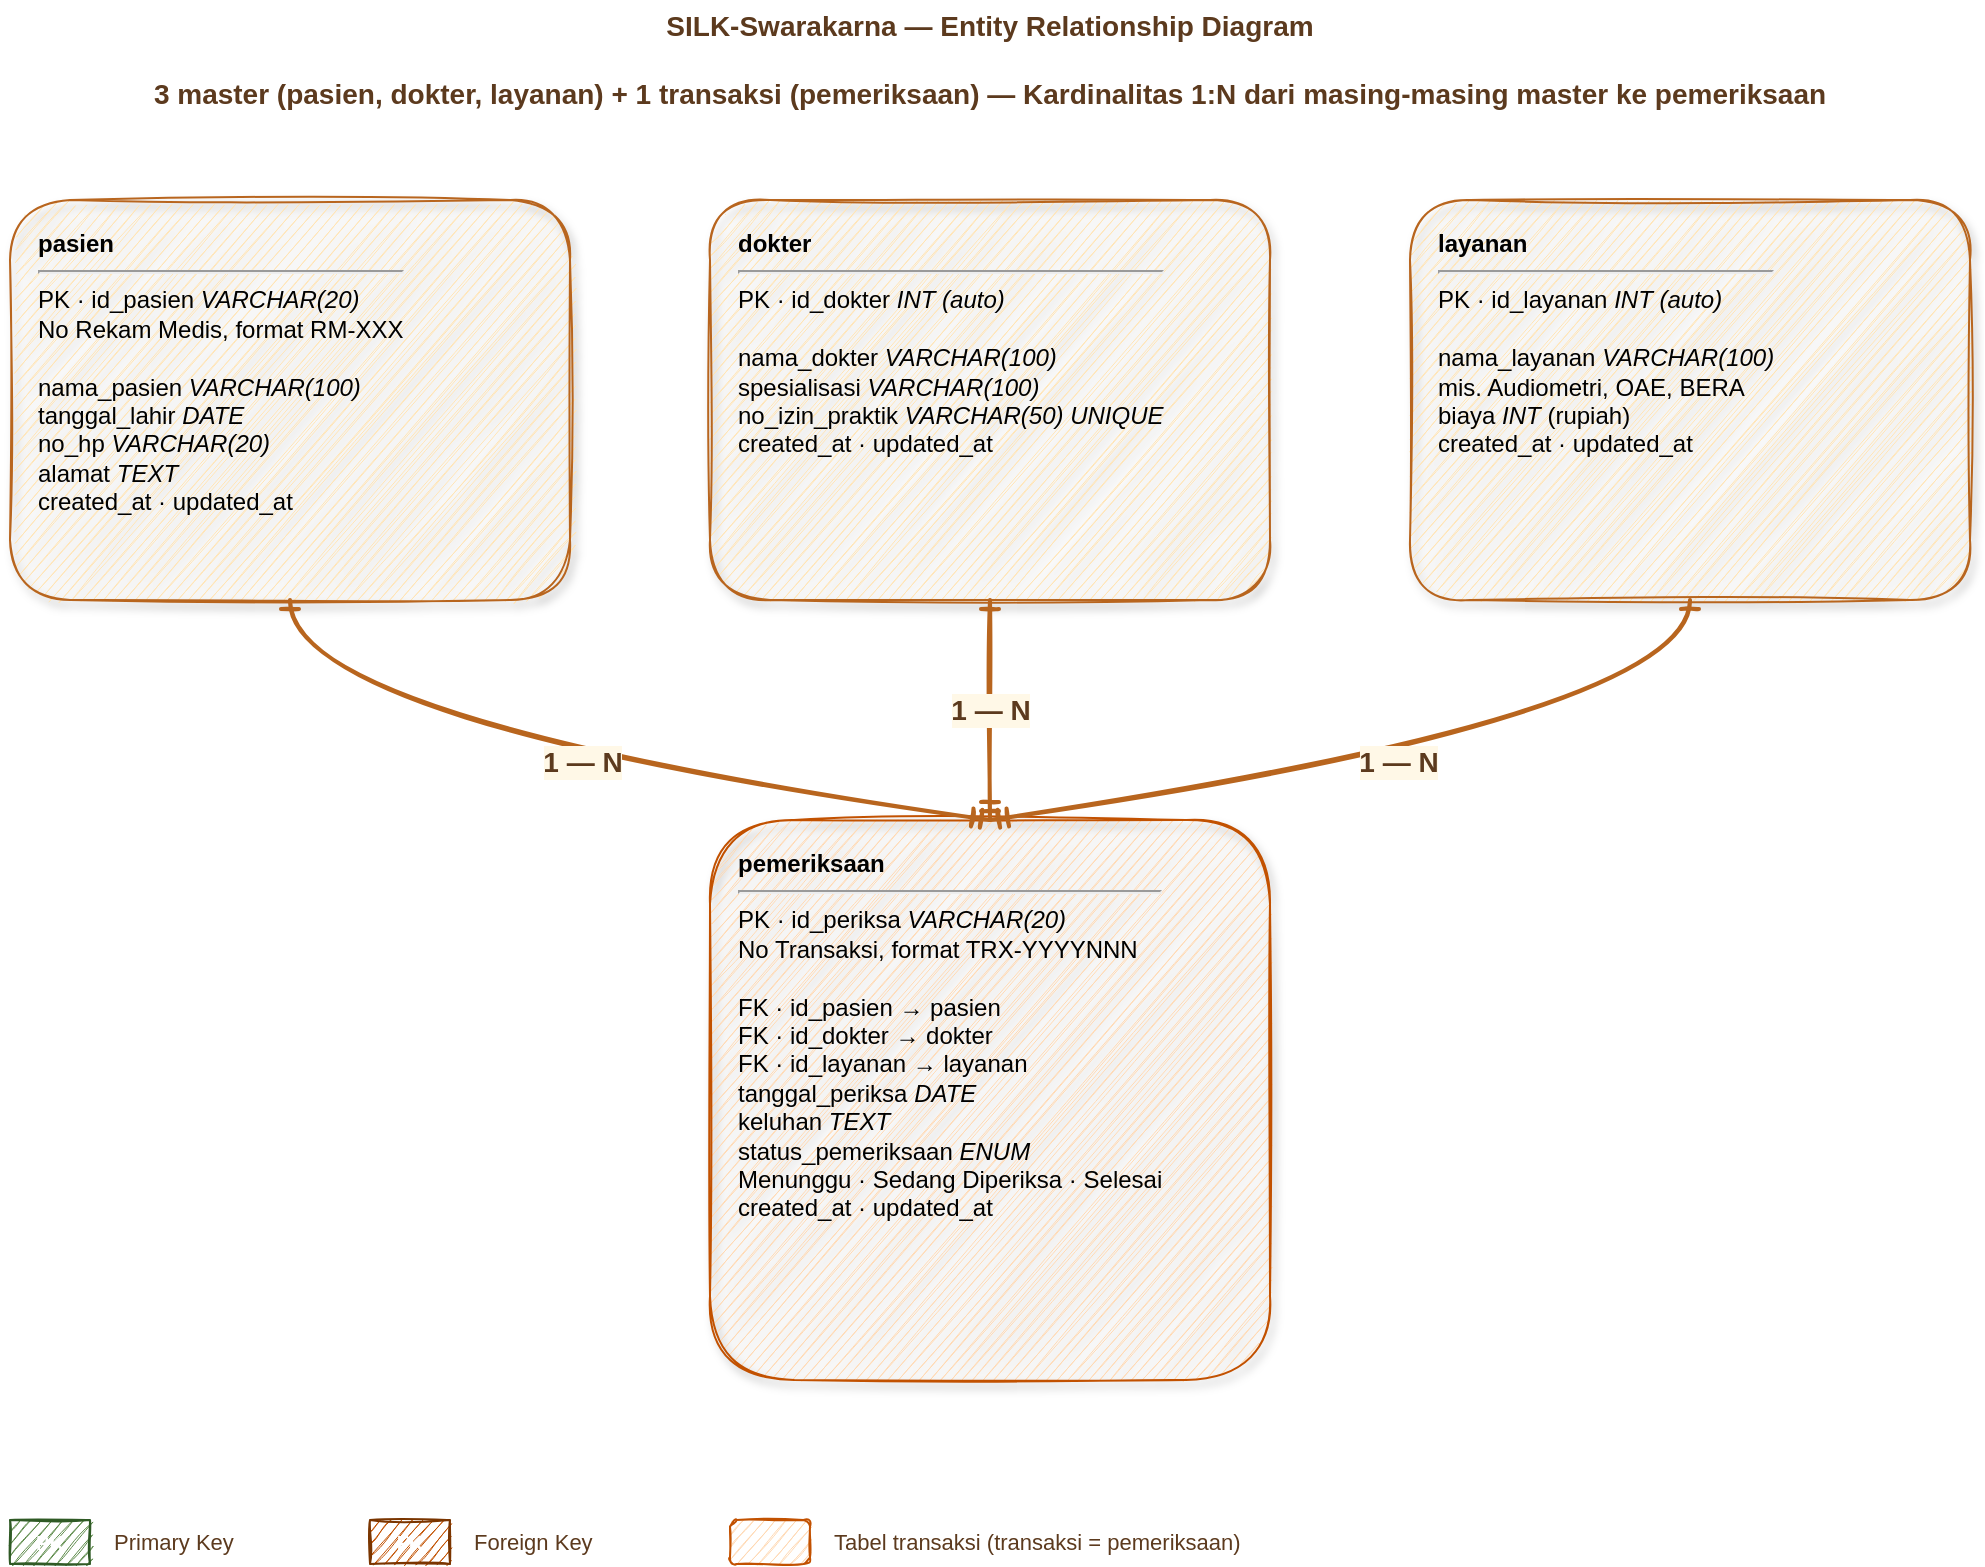
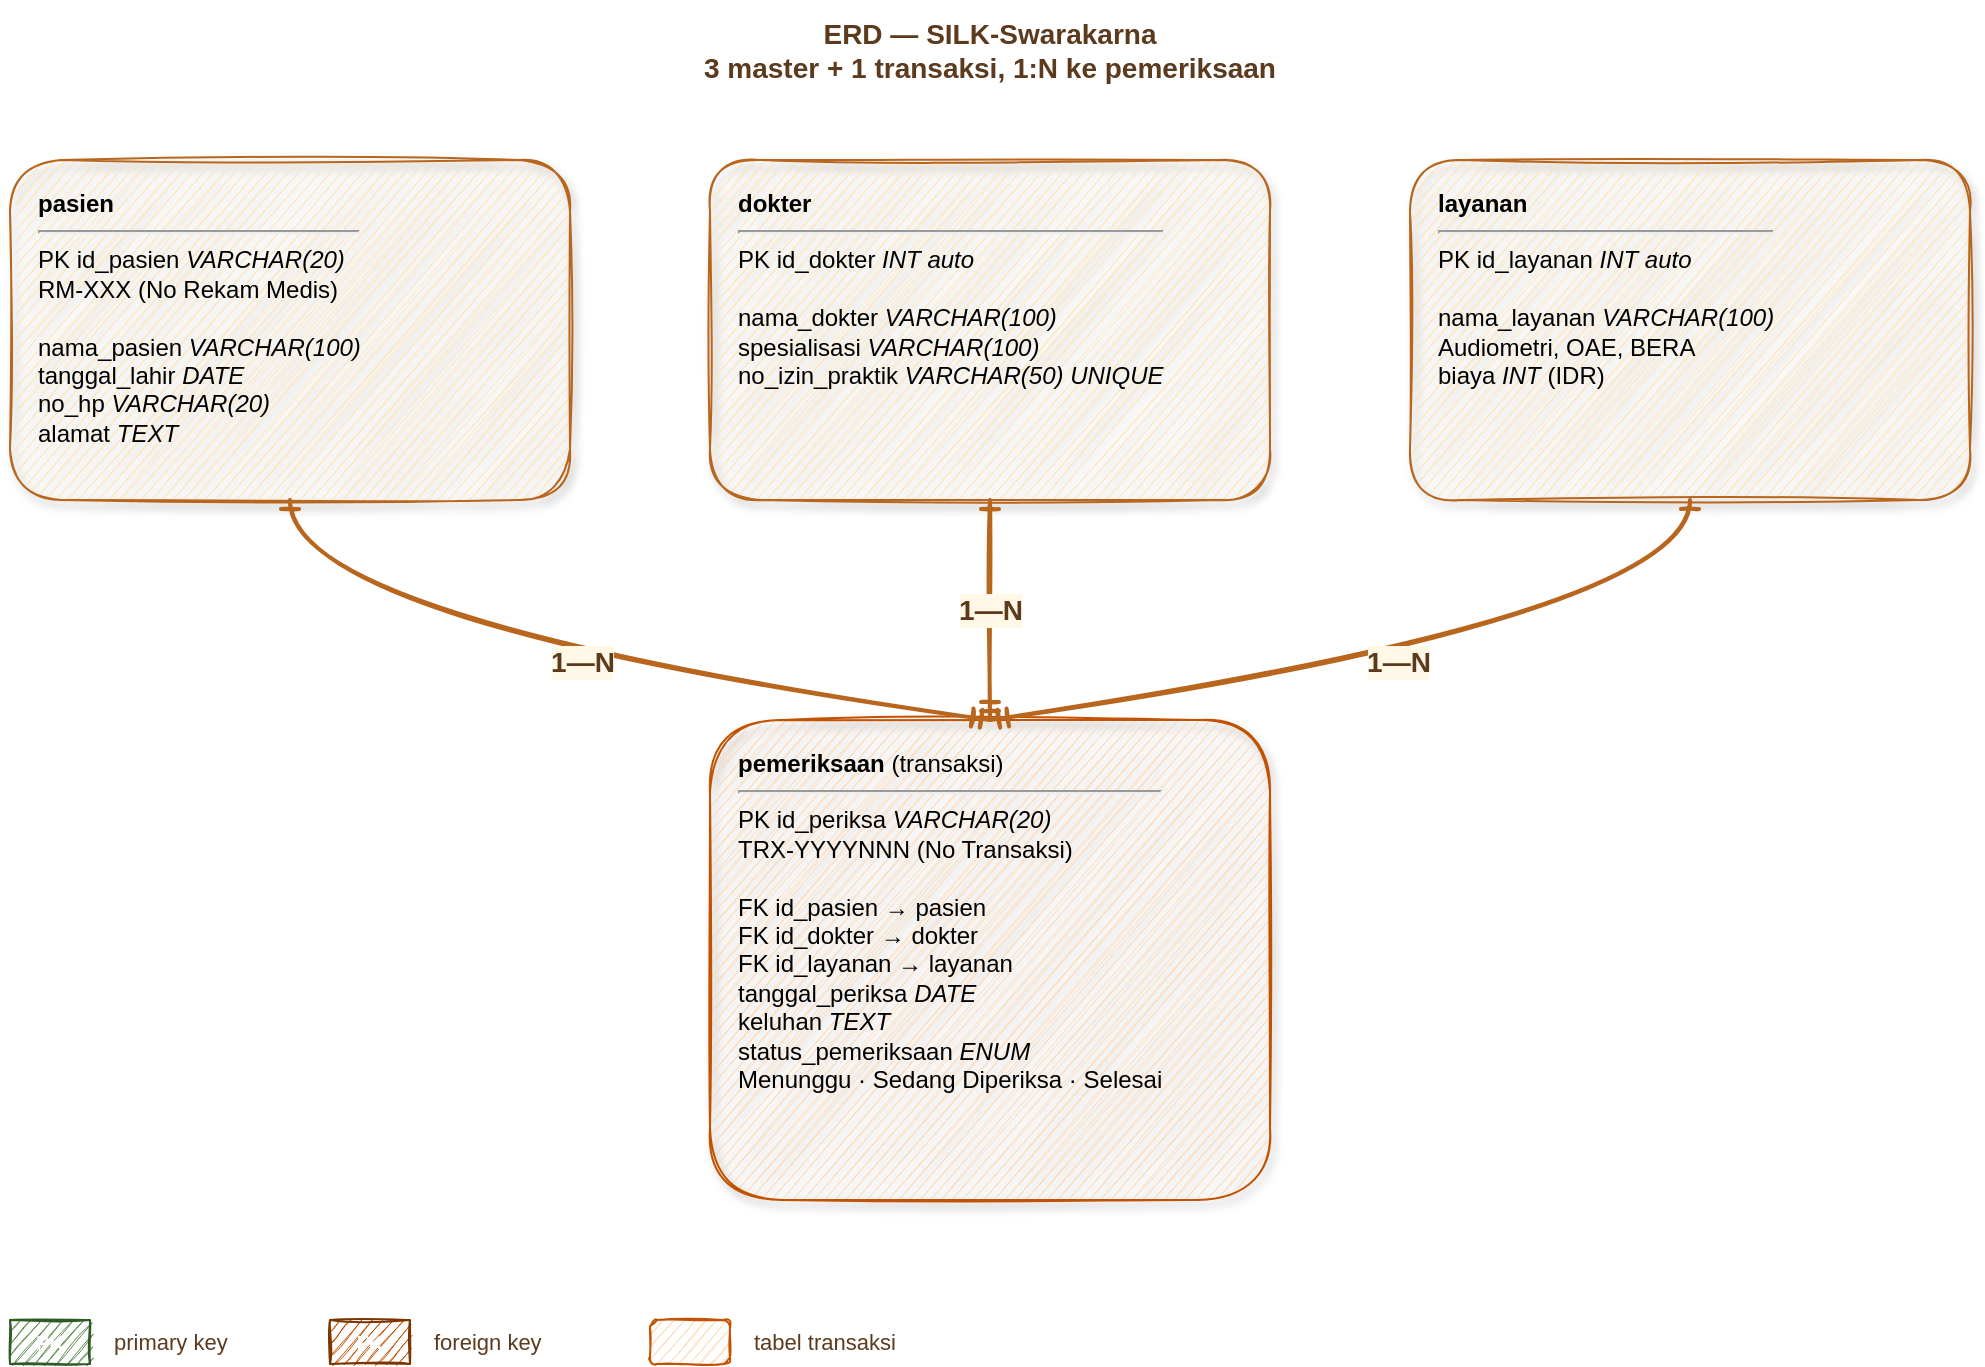
<?xml version="1.0" encoding="UTF-8"?>
<mxfile host="drawio" version="26.0.0">
  <diagram name="ERD" id="erd-silk-swarakarna">
-     <mxGraphModel dx="1200" dy="800" grid="1" gridSize="10" guides="1" tooltips="1" connect="1" arrows="1" fold="1" page="1" pageScale="1" pageWidth="1100" pageHeight="850" math="0" shadow="0">
+     <mxGraphModel dx="1200" dy="800" grid="1" gridSize="10" guides="1" tooltips="1" connect="1" arrows="1" fold="1" page="1" pageScale="1" pageWidth="1100" pageHeight="750" math="0" shadow="0">
      <root>
        <mxCell id="0" />
        <mxCell id="1" parent="0" />

-         <mxCell id="title" value="SILK-Swarakarna — Entity Relationship Diagram&#xa;&#xa;3 master (pasien, dokter, layanan) + 1 transaksi (pemeriksaan) — Kardinalitas 1:N dari masing-masing master ke pemeriksaan" style="text;html=1;align=center;verticalAlign=middle;whiteSpace=wrap;rounded=0;fontSize=14;fontStyle=1;fontColor=#5c3a1e;sketch=1;fontFamily=Helvetica;" vertex="1" parent="1">
-           <mxGeometry x="80" y="20" width="940" height="60" as="geometry" />
+         <mxCell id="title" value="ERD — SILK-Swarakarna&#xa;3 master + 1 transaksi, 1:N ke pemeriksaan" style="text;html=1;align=center;verticalAlign=middle;whiteSpace=wrap;rounded=0;fontSize=14;fontStyle=1;fontColor=#5c3a1e;sketch=1;fontFamily=Helvetica;" vertex="1" parent="1">
+           <mxGeometry x="80" y="20" width="940" height="50" as="geometry" />
        </mxCell>

-         <mxCell id="pasien" value="&lt;b&gt;pasien&lt;/b&gt;&lt;hr&gt;PK · id_pasien &lt;i&gt;VARCHAR(20)&lt;/i&gt;&lt;br&gt;No Rekam Medis, format RM-XXX&lt;br&gt;&lt;br&gt;nama_pasien &lt;i&gt;VARCHAR(100)&lt;/i&gt;&lt;br&gt;tanggal_lahir &lt;i&gt;DATE&lt;/i&gt;&lt;br&gt;no_hp &lt;i&gt;VARCHAR(20)&lt;/i&gt;&lt;br&gt;alamat &lt;i&gt;TEXT&lt;/i&gt;&lt;br&gt;created_at · updated_at" style="rounded=1;whiteSpace=wrap;html=1;fillColor=#ffe4b5;strokeColor=#b8651e;align=left;verticalAlign=top;spacingLeft=12;spacingTop=8;sketch=1;fontFamily=Helvetica;fontSize=12;shadow=1;" vertex="1" parent="1">
-           <mxGeometry x="60" y="120" width="280" height="200" as="geometry" />
+         <mxCell id="pasien" value="&lt;b&gt;pasien&lt;/b&gt;&lt;hr&gt;PK id_pasien &lt;i&gt;VARCHAR(20)&lt;/i&gt;&lt;br&gt;  RM-XXX (No Rekam Medis)&lt;br&gt;&lt;br&gt;nama_pasien &lt;i&gt;VARCHAR(100)&lt;/i&gt;&lt;br&gt;tanggal_lahir &lt;i&gt;DATE&lt;/i&gt;&lt;br&gt;no_hp &lt;i&gt;VARCHAR(20)&lt;/i&gt;&lt;br&gt;alamat &lt;i&gt;TEXT&lt;/i&gt;" style="rounded=1;whiteSpace=wrap;html=1;fillColor=#ffe4b5;strokeColor=#b8651e;align=left;verticalAlign=top;spacingLeft=12;spacingTop=8;sketch=1;fontFamily=Helvetica;fontSize=12;shadow=1;" vertex="1" parent="1">
+           <mxGeometry x="60" y="100" width="280" height="170" as="geometry" />
        </mxCell>

-         <mxCell id="dokter" value="&lt;b&gt;dokter&lt;/b&gt;&lt;hr&gt;PK · id_dokter &lt;i&gt;INT (auto)&lt;/i&gt;&lt;br&gt;&lt;br&gt;nama_dokter &lt;i&gt;VARCHAR(100)&lt;/i&gt;&lt;br&gt;spesialisasi &lt;i&gt;VARCHAR(100)&lt;/i&gt;&lt;br&gt;no_izin_praktik &lt;i&gt;VARCHAR(50) UNIQUE&lt;/i&gt;&lt;br&gt;created_at · updated_at" style="rounded=1;whiteSpace=wrap;html=1;fillColor=#ffe4b5;strokeColor=#b8651e;align=left;verticalAlign=top;spacingLeft=12;spacingTop=8;sketch=1;fontFamily=Helvetica;fontSize=12;shadow=1;" vertex="1" parent="1">
-           <mxGeometry x="410" y="120" width="280" height="200" as="geometry" />
+         <mxCell id="dokter" value="&lt;b&gt;dokter&lt;/b&gt;&lt;hr&gt;PK id_dokter &lt;i&gt;INT auto&lt;/i&gt;&lt;br&gt;&lt;br&gt;nama_dokter &lt;i&gt;VARCHAR(100)&lt;/i&gt;&lt;br&gt;spesialisasi &lt;i&gt;VARCHAR(100)&lt;/i&gt;&lt;br&gt;no_izin_praktik &lt;i&gt;VARCHAR(50) UNIQUE&lt;/i&gt;" style="rounded=1;whiteSpace=wrap;html=1;fillColor=#ffe4b5;strokeColor=#b8651e;align=left;verticalAlign=top;spacingLeft=12;spacingTop=8;sketch=1;fontFamily=Helvetica;fontSize=12;shadow=1;" vertex="1" parent="1">
+           <mxGeometry x="410" y="100" width="280" height="170" as="geometry" />
        </mxCell>

-         <mxCell id="layanan" value="&lt;b&gt;layanan&lt;/b&gt;&lt;hr&gt;PK · id_layanan &lt;i&gt;INT (auto)&lt;/i&gt;&lt;br&gt;&lt;br&gt;nama_layanan &lt;i&gt;VARCHAR(100)&lt;/i&gt;&lt;br&gt;mis. Audiometri, OAE, BERA&lt;br&gt;biaya &lt;i&gt;INT&lt;/i&gt; (rupiah)&lt;br&gt;created_at · updated_at" style="rounded=1;whiteSpace=wrap;html=1;fillColor=#ffe4b5;strokeColor=#b8651e;align=left;verticalAlign=top;spacingLeft=12;spacingTop=8;sketch=1;fontFamily=Helvetica;fontSize=12;shadow=1;" vertex="1" parent="1">
-           <mxGeometry x="760" y="120" width="280" height="200" as="geometry" />
+         <mxCell id="layanan" value="&lt;b&gt;layanan&lt;/b&gt;&lt;hr&gt;PK id_layanan &lt;i&gt;INT auto&lt;/i&gt;&lt;br&gt;&lt;br&gt;nama_layanan &lt;i&gt;VARCHAR(100)&lt;/i&gt;&lt;br&gt;  Audiometri, OAE, BERA&lt;br&gt;biaya &lt;i&gt;INT&lt;/i&gt; (IDR)" style="rounded=1;whiteSpace=wrap;html=1;fillColor=#ffe4b5;strokeColor=#b8651e;align=left;verticalAlign=top;spacingLeft=12;spacingTop=8;sketch=1;fontFamily=Helvetica;fontSize=12;shadow=1;" vertex="1" parent="1">
+           <mxGeometry x="760" y="100" width="280" height="170" as="geometry" />
        </mxCell>

-         <mxCell id="pemeriksaan" value="&lt;b&gt;pemeriksaan&lt;/b&gt;&lt;hr&gt;PK · id_periksa &lt;i&gt;VARCHAR(20)&lt;/i&gt;&lt;br&gt;No Transaksi, format TRX-YYYYNNN&lt;br&gt;&lt;br&gt;FK · id_pasien → pasien&lt;br&gt;FK · id_dokter → dokter&lt;br&gt;FK · id_layanan → layanan&lt;br&gt;tanggal_periksa &lt;i&gt;DATE&lt;/i&gt;&lt;br&gt;keluhan &lt;i&gt;TEXT&lt;/i&gt;&lt;br&gt;status_pemeriksaan &lt;i&gt;ENUM&lt;/i&gt;&lt;br&gt;  Menunggu · Sedang Diperiksa · Selesai&lt;br&gt;created_at · updated_at" style="rounded=1;whiteSpace=wrap;html=1;fillColor=#ffd9b3;strokeColor=#c25100;align=left;verticalAlign=top;spacingLeft=12;spacingTop=8;sketch=1;fontFamily=Helvetica;fontSize=12;shadow=1;" vertex="1" parent="1">
-           <mxGeometry x="410" y="430" width="280" height="280" as="geometry" />
+         <mxCell id="pemeriksaan" value="&lt;b&gt;pemeriksaan&lt;/b&gt; (transaksi)&lt;hr&gt;PK id_periksa &lt;i&gt;VARCHAR(20)&lt;/i&gt;&lt;br&gt;  TRX-YYYYNNN (No Transaksi)&lt;br&gt;&lt;br&gt;FK id_pasien → pasien&lt;br&gt;FK id_dokter → dokter&lt;br&gt;FK id_layanan → layanan&lt;br&gt;tanggal_periksa &lt;i&gt;DATE&lt;/i&gt;&lt;br&gt;keluhan &lt;i&gt;TEXT&lt;/i&gt;&lt;br&gt;status_pemeriksaan &lt;i&gt;ENUM&lt;/i&gt;&lt;br&gt;  Menunggu · Sedang Diperiksa · Selesai" style="rounded=1;whiteSpace=wrap;html=1;fillColor=#ffd9b3;strokeColor=#c25100;align=left;verticalAlign=top;spacingLeft=12;spacingTop=8;sketch=1;fontFamily=Helvetica;fontSize=12;shadow=1;" vertex="1" parent="1">
+           <mxGeometry x="410" y="380" width="280" height="240" as="geometry" />
        </mxCell>

-         <mxCell id="rel-pasien-pemeriksaan" value="1 — N" style="endArrow=ERmandOne;startArrow=ERone;html=1;exitX=0.5;exitY=1;exitDx=0;exitDy=0;entryX=0.5;entryY=0;entryDx=0;entryDy=0;sketch=1;curved=1;strokeColor=#b8651e;strokeWidth=2;fontSize=14;fontStyle=1;fontColor=#5c3a1e;fontFamily=Helvetica;labelBackgroundColor=#fff8e7;" edge="1" parent="1" source="pasien" target="pemeriksaan">
+         <mxCell id="rel-pasien-pemeriksaan" value="1—N" style="endArrow=ERmandOne;startArrow=ERone;html=1;exitX=0.5;exitY=1;exitDx=0;exitDy=0;entryX=0.5;entryY=0;entryDx=0;entryDy=0;sketch=1;curved=1;strokeColor=#b8651e;strokeWidth=2;fontSize=14;fontStyle=1;fontColor=#5c3a1e;fontFamily=Helvetica;labelBackgroundColor=#fff8e7;" edge="1" parent="1" source="pasien" target="pemeriksaan">
          <mxGeometry relative="1" as="geometry">
            <Array as="points">
-               <mxPoint x="200" y="380" />
+               <mxPoint x="200" y="330" />
            </Array>
          </mxGeometry>
        </mxCell>

-         <mxCell id="rel-dokter-pemeriksaan" value="1 — N" style="endArrow=ERmandOne;startArrow=ERone;html=1;exitX=0.5;exitY=1;exitDx=0;exitDy=0;entryX=0.5;entryY=0;entryDx=0;entryDy=0;sketch=1;curved=1;strokeColor=#b8651e;strokeWidth=2;fontSize=14;fontStyle=1;fontColor=#5c3a1e;fontFamily=Helvetica;labelBackgroundColor=#fff8e7;" edge="1" parent="1" source="dokter" target="pemeriksaan">
+         <mxCell id="rel-dokter-pemeriksaan" value="1—N" style="endArrow=ERmandOne;startArrow=ERone;html=1;exitX=0.5;exitY=1;exitDx=0;exitDy=0;entryX=0.5;entryY=0;entryDx=0;entryDy=0;sketch=1;curved=1;strokeColor=#b8651e;strokeWidth=2;fontSize=14;fontStyle=1;fontColor=#5c3a1e;fontFamily=Helvetica;labelBackgroundColor=#fff8e7;" edge="1" parent="1" source="dokter" target="pemeriksaan">
          <mxGeometry relative="1" as="geometry">
            <Array as="points">
-               <mxPoint x="550" y="380" />
+               <mxPoint x="550" y="330" />
            </Array>
          </mxGeometry>
        </mxCell>

-         <mxCell id="rel-layanan-pemeriksaan" value="1 — N" style="endArrow=ERmandOne;startArrow=ERone;html=1;exitX=0.5;exitY=1;exitDx=0;exitDy=0;entryX=0.5;entryY=0;entryDx=0;entryDy=0;sketch=1;curved=1;strokeColor=#b8651e;strokeWidth=2;fontSize=14;fontStyle=1;fontColor=#5c3a1e;fontFamily=Helvetica;labelBackgroundColor=#fff8e7;" edge="1" parent="1" source="layanan" target="pemeriksaan">
+         <mxCell id="rel-layanan-pemeriksaan" value="1—N" style="endArrow=ERmandOne;startArrow=ERone;html=1;exitX=0.5;exitY=1;exitDx=0;exitDy=0;entryX=0.5;entryY=0;entryDx=0;entryDy=0;sketch=1;curved=1;strokeColor=#b8651e;strokeWidth=2;fontSize=14;fontStyle=1;fontColor=#5c3a1e;fontFamily=Helvetica;labelBackgroundColor=#fff8e7;" edge="1" parent="1" source="layanan" target="pemeriksaan">
          <mxGeometry relative="1" as="geometry">
            <Array as="points">
-               <mxPoint x="900" y="380" />
+               <mxPoint x="900" y="330" />
            </Array>
          </mxGeometry>
        </mxCell>

        <mxCell id="legend-pk" value="PK" style="rounded=0;whiteSpace=wrap;html=1;fillColor=#5c8a49;strokeColor=#2f5a25;fontColor=#ffffff;fontStyle=1;fontSize=10;sketch=1;fontFamily=Helvetica;" vertex="1" parent="1">
-           <mxGeometry x="60" y="780" width="40" height="22" as="geometry" />
+           <mxGeometry x="60" y="680" width="40" height="22" as="geometry" />
        </mxCell>
-         <mxCell id="legend-pk-text" value="Primary Key" style="text;html=1;align=left;verticalAlign=middle;fontSize=11;fontColor=#5c3a1e;sketch=0;fontFamily=Helvetica;" vertex="1" parent="1">
-           <mxGeometry x="110" y="780" width="120" height="22" as="geometry" />
+         <mxCell id="legend-pk-text" value="primary key" style="text;html=1;align=left;verticalAlign=middle;fontSize=11;fontColor=#5c3a1e;sketch=0;fontFamily=Helvetica;" vertex="1" parent="1">
+           <mxGeometry x="110" y="680" width="100" height="22" as="geometry" />
        </mxCell>
        <mxCell id="legend-fk" value="FK" style="rounded=0;whiteSpace=wrap;html=1;fillColor=#c25100;strokeColor=#7a3500;fontColor=#ffffff;fontStyle=1;fontSize=10;sketch=1;fontFamily=Helvetica;" vertex="1" parent="1">
-           <mxGeometry x="240" y="780" width="40" height="22" as="geometry" />
+           <mxGeometry x="220" y="680" width="40" height="22" as="geometry" />
        </mxCell>
-         <mxCell id="legend-fk-text" value="Foreign Key" style="text;html=1;align=left;verticalAlign=middle;fontSize=11;fontColor=#5c3a1e;sketch=0;fontFamily=Helvetica;" vertex="1" parent="1">
-           <mxGeometry x="290" y="780" width="120" height="22" as="geometry" />
+         <mxCell id="legend-fk-text" value="foreign key" style="text;html=1;align=left;verticalAlign=middle;fontSize=11;fontColor=#5c3a1e;sketch=0;fontFamily=Helvetica;" vertex="1" parent="1">
+           <mxGeometry x="270" y="680" width="100" height="22" as="geometry" />
        </mxCell>
        <mxCell id="legend-trans" value="" style="rounded=1;whiteSpace=wrap;html=1;fillColor=#ffd9b3;strokeColor=#c25100;sketch=1;fontFamily=Helvetica;" vertex="1" parent="1">
-           <mxGeometry x="420" y="780" width="40" height="22" as="geometry" />
+           <mxGeometry x="380" y="680" width="40" height="22" as="geometry" />
        </mxCell>
-         <mxCell id="legend-trans-text" value="Tabel transaksi (transaksi = pemeriksaan)" style="text;html=1;align=left;verticalAlign=middle;fontSize=11;fontColor=#5c3a1e;sketch=0;fontFamily=Helvetica;" vertex="1" parent="1">
-           <mxGeometry x="470" y="780" width="280" height="22" as="geometry" />
+         <mxCell id="legend-trans-text" value="tabel transaksi" style="text;html=1;align=left;verticalAlign=middle;fontSize=11;fontColor=#5c3a1e;sketch=0;fontFamily=Helvetica;" vertex="1" parent="1">
+           <mxGeometry x="430" y="680" width="160" height="22" as="geometry" />
        </mxCell>

      </root>
    </mxGraphModel>
  </diagram>
</mxfile>
